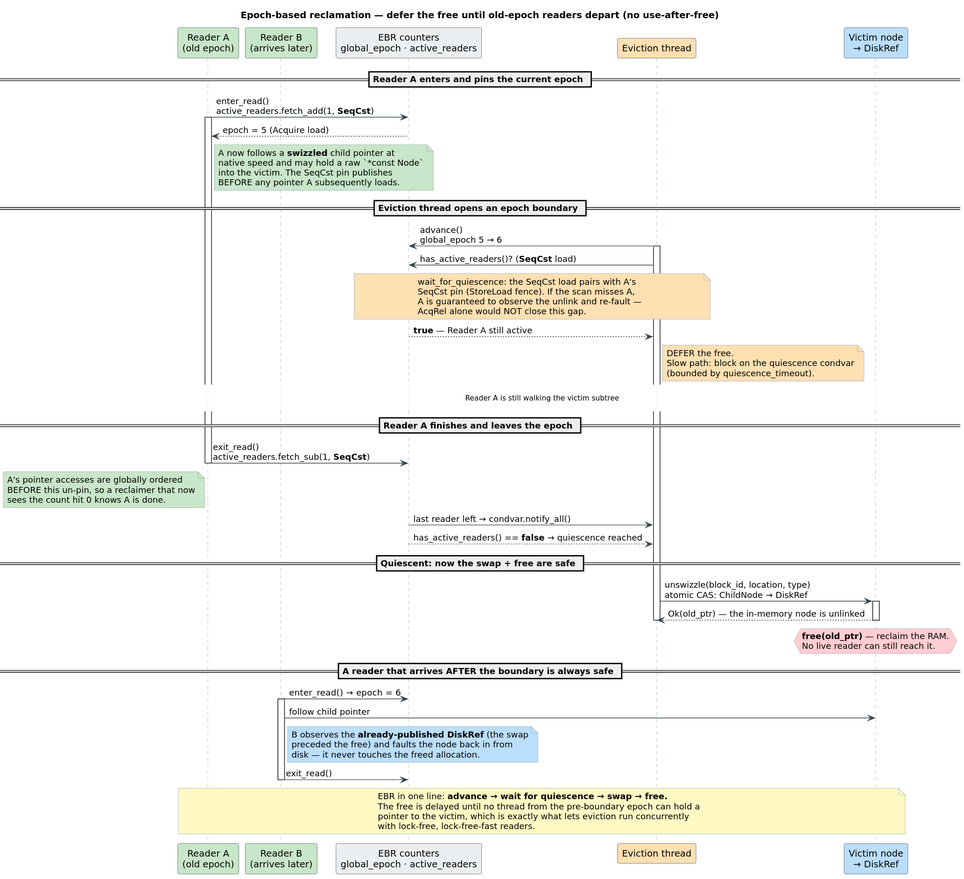
Earlier version of the PlantUML export docs/diagrams/epoch-reclamation.svg (vinary-tree/libdictenstein). Its source is kept beside it as docs/diagrams/src/epoch-reclamation.puml.
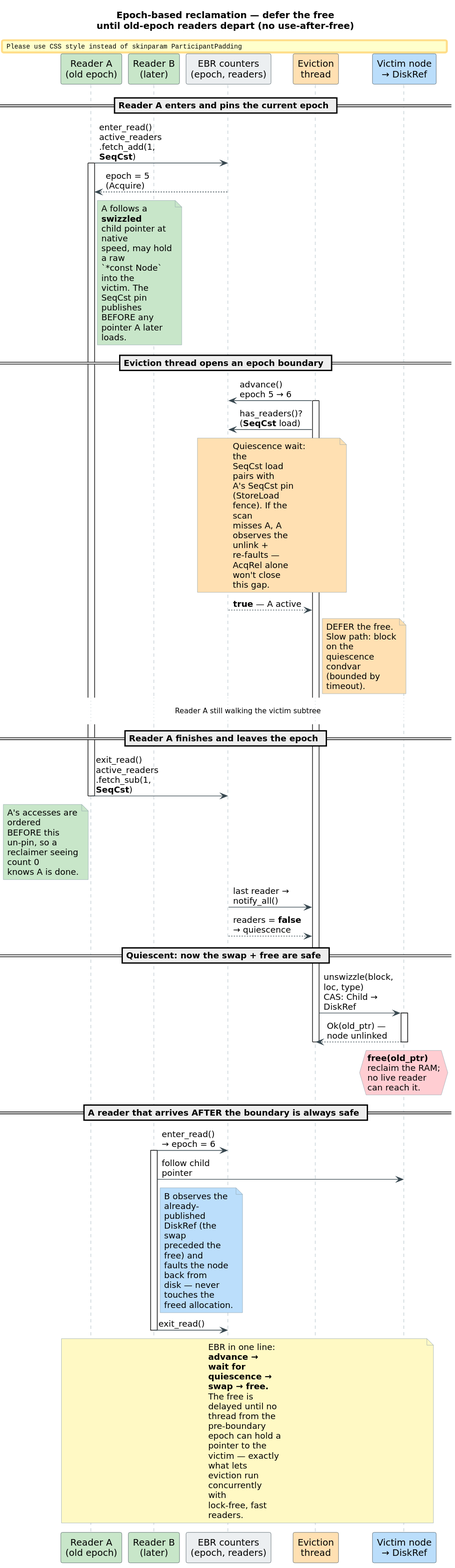
Later version of the same file.

Change to the diagram source:
```diff
@@ -1,6 +1,9 @@
 @startuml epoch-reclamation
 skinparam backgroundColor #FFFFFF
 skinparam defaultFontName "DejaVu Sans"
+skinparam wrapWidth 112
+skinparam maxMessageSize 105
+skinparam ParticipantPadding 3
 skinparam shadowing false
 skinparam sequenceArrowColor #37474F
 skinparam sequenceLifeLineBorderColor #90A4AE
@@ -10,63 +13,73 @@
 skinparam noteBorderColor #90A4AE
 skinparam participantBorderColor #37474F
 
-title Epoch-based reclamation — defer the free until old-epoch readers depart (no use-after-free)
+title Epoch-based reclamation — defer the free\nuntil old-epoch readers depart (no use-after-free)
 
 participant "Reader A\n(old epoch)" as RA #C8E6C9
-participant "Reader B\n(arrives later)" as RB #C8E6C9
-participant "EBR counters\nglobal_epoch · active_readers" as E #ECEFF1
-participant "Eviction thread" as EV #FFE0B2
+participant "Reader B\n(later)" as RB #C8E6C9
+participant "EBR counters\n(epoch, readers)" as E #ECEFF1
+participant "Eviction\nthread" as EV #FFE0B2
 participant "Victim node\n→ DiskRef" as N #BBDEFB
 
 == Reader A enters and pins the current epoch ==
-RA -> E : enter_read()\nactive_readers.fetch_add(1, **SeqCst**)
+RA -> E : enter_read()\nactive_readers\n.fetch_add(1, **SeqCst**)
 activate RA
-E --> RA : epoch = 5 (Acquire load)
+E --> RA : epoch = 5\n(Acquire)
 note right of RA #C8E6C9
-  A now follows a **swizzled** child pointer at
-  native speed and may hold a raw `*const Node`
-  into the victim. The SeqCst pin publishes
-  BEFORE any pointer A subsequently loads.
+  A follows a **swizzled**
+  child pointer at native
+  speed, may hold a raw
+  `*const Node` into the
+  victim. The SeqCst pin
+  publishes BEFORE any
+  pointer A later loads.
 end note
 
 == Eviction thread opens an epoch boundary ==
-EV -> E : advance()\nglobal_epoch 5 → 6
+EV -> E : advance()\nepoch 5 → 6
 activate EV
-EV -> E : has_active_readers()? (**SeqCst** load)
+EV -> E : has_readers()?\n(**SeqCst** load)
 note over EV, E #FFE0B2
-  wait_for_quiescence: the SeqCst load pairs with A's
-  SeqCst pin (StoreLoad fence). If the scan misses A,
-  A is guaranteed to observe the unlink and re-fault —
-  AcqRel alone would NOT close this gap.
+  Quiescence wait: the
+  SeqCst load pairs with
+  A's SeqCst pin (StoreLoad
+  fence). If the scan
+  misses A, A observes the
+  unlink + re-faults —
+  AcqRel alone won't close
+  this gap.
 end note
-E --> EV : **true** — Reader A still active
-note right of EV #FFE0B2 : DEFER the free.\nSlow path: block on the quiescence condvar\n(bounded by quiescence_timeout).
+E --> EV : **true** — A active
+note right of EV #FFE0B2 : DEFER the free.\nSlow path: block on the\nquiescence condvar\n(bounded by timeout).
 
-... Reader A is still walking the victim subtree ...
+... Reader A still walking the victim subtree ...
 
 == Reader A finishes and leaves the epoch ==
-RA -> E : exit_read()\nactive_readers.fetch_sub(1, **SeqCst**)
-note left of RA #C8E6C9 : A's pointer accesses are globally ordered\nBEFORE this un-pin, so a reclaimer that now\nsees the count hit 0 knows A is done.
+RA -> E : exit_read()\nactive_readers\n.fetch_sub(1, **SeqCst**)
+note left of RA #C8E6C9 : A's accesses are ordered\nBEFORE this un-pin, so a\nreclaimer seeing count 0\nknows A is done.
 deactivate RA
-E -> EV : last reader left → condvar.notify_all()
-E --> EV : has_active_readers() == **false** → quiescence reached
+E -> EV : last reader →\nnotify_all()
+E --> EV : readers = **false**\n→ quiescence
 
 == Quiescent: now the swap + free are safe ==
-EV -> N : unswizzle(block_id, location, type)\natomic CAS: ChildNode → DiskRef
+EV -> N : unswizzle(block,\nloc, type)\nCAS: Child → DiskRef
 activate N
-N --> EV : Ok(old_ptr) — the in-memory node is unlinked
-hnote over N #FFCDD2 : **free(old_ptr)** — reclaim the RAM.\nNo live reader can still reach it.
+N --> EV : Ok(old_ptr) —\nnode unlinked
+hnote over N #FFCDD2 : **free(old_ptr)**\nreclaim the RAM;\nno live reader\ncan reach it.
 deactivate N
 deactivate EV
 
 == A reader that arrives AFTER the boundary is always safe ==
-RB -> E : enter_read()  → epoch = 6
+RB -> E : enter_read()\n→ epoch = 6
 activate RB
 RB -> N : follow child pointer
 note right of RB #BBDEFB
-  B observes the **already-published DiskRef** (the swap
-  preceded the free) and faults the node back in from
-  disk — it never touches the freed allocation.
+  B observes the already-
+  published DiskRef (the swap
+  preceded the free) and
+  faults the node back from
+  disk — never touches the
+  freed allocation.
 end note
 RB -> E : exit_read()
 deactivate RB
@@ -74,7 +87,7 @@
 note across #FFF9C4
   EBR in one line: **advance → wait for quiescence → swap → free.**
   The free is delayed until no thread from the pre-boundary epoch can hold a
-  pointer to the victim, which is exactly what lets eviction run concurrently
-  with lock-free, lock-free-fast readers.
+  pointer to the victim — exactly what lets eviction run concurrently with
+  lock-free, fast readers.
 end note
 @enduml
```
